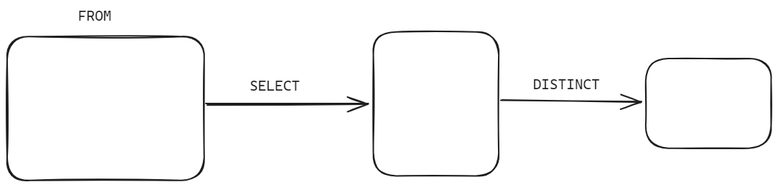
Before: img/01_sql.excalidraw.png, a diagram exported from Excalidraw (silvercodes/p31_db_sql). Source tidied: one line per element, renumbered; positions are measured from the earlier drawing's top-left corner, leaving out a move shared by most shapes.
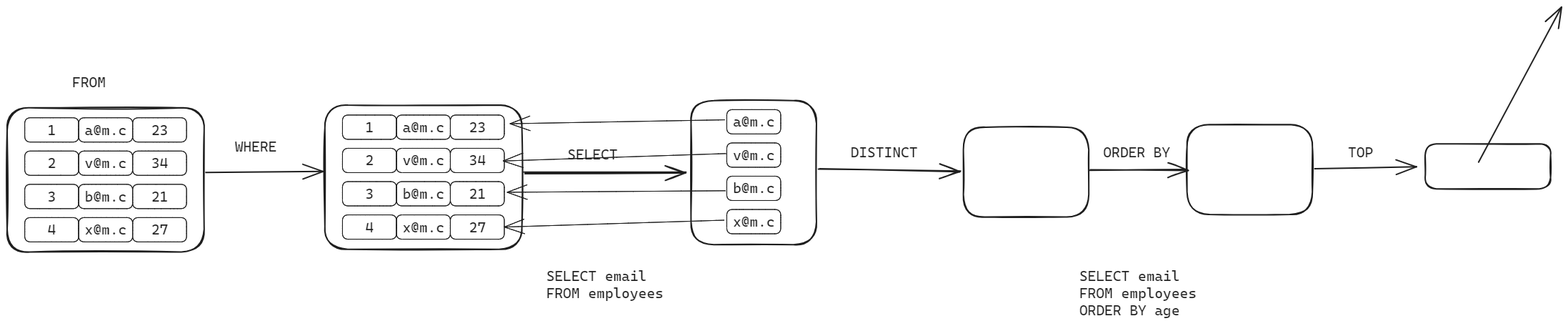
Above is the later version.

Change to the diagram source:
```diff
@@ -1,8 +1,80 @@
-{"id": 0, "type": "rectangle", "strokeColor": "#1e1e1e", "strokeWidth": 2, "roughness": 1, "round": true, "x": 0, "y": 41, "width": 276, "height": 202}
+{"id": 8, "type": "rectangle", "strokeColor": "#1e1e1e", "strokeWidth": 2, "roughness": 1, "round": true, "x": 0, "y": 41, "width": 276, "height": 202}
-{"id": 1, "type": "text", "text": "FROM", "strokeColor": "#1e1e1e", "strokeWidth": 2, "roughness": 1, "fontSize": 20, "fontFamily": 3, "x": 99, "y": 0, "width": 47, "height": 24}
+{"id": 1, "type": "text", "text": "FROM", "strokeColor": "#1e1e1e", "strokeWidth": 2, "roughness": 1, "fontSize": 20, "fontFamily": 3, "x": -354, "y": -3, "width": 47, "height": 24}
 {"id": 2, "type": "arrow", "strokeColor": "#1e1e1e", "strokeWidth": 2, "roughness": 1, "endArrowhead": "arrow", "round": true, "from": 0, "to": 3, "x": 279, "y": 136, "width": 226, "height": 0, "points": [[0, 0], [226, 0]]}
 {"id": 3, "type": "rectangle", "strokeColor": "#1e1e1e", "strokeWidth": 2, "roughness": 1, "round": true, "x": 513, "y": 35, "width": 176, "height": 202}
 {"id": 4, "type": "text", "text": "SELECT", "strokeColor": "#1e1e1e", "strokeWidth": 2, "roughness": 1, "fontSize": 20, "fontFamily": 3, "x": 339, "y": 98, "width": 70, "height": 24}
-{"id": 5, "type": "arrow", "strokeColor": "#1e1e1e", "strokeWidth": 2, "roughness": 1, "endArrowhead": "arrow", "round": true, "from": 3, "to": 6, "x": 692, "y": 130, "width": 196, "height": 4, "points": [[0, 0], [196, 4]]}
+{"id": 5, "type": "arrow", "strokeColor": "#1e1e1e", "strokeWidth": 2, "roughness": 1, "endArrowhead": "arrow", "round": true, "from": 3, "to": 9, "x": 692, "y": 130, "width": 197, "height": 5, "points": [[0, 0], [197, 5]]}
+{"id": 9, "type": "rectangle", "strokeColor": "#1e1e1e", "strokeWidth": 2, "roughness": 1, "round": true, "x": 894, "y": 72, "width": 176, "height": 126}
+{"id": 7, "type": "text", "text": "DISTINCT", "strokeColor": "#1e1e1e", "strokeWidth": 2, "roughness": 1, "fontSize": 20, "fontFamily": 3, "x": 736, "y": 96, "width": 94, "height": 24}
+{"id": 10, "type": "rectangle", "strokeColor": "#1e1e1e", "strokeWidth": 2, "roughness": 1, "round": true, "x": 1207, "y": 68, "width": 176, "height": 126}
+{"id": 11, "type": "arrow", "strokeColor": "#1e1e1e", "strokeWidth": 2, "roughness": 1, "endArrowhead": "arrow", "round": true, "from": 9, "to": 10, "x": 1070, "y": 132, "width": 137, "height": 1, "points": [[0, 0], [137, -1]]}
+{"id": 12, "type": "text", "text": "ORDER BY", "strokeColor": "#1e1e1e", "strokeWidth": 2, "roughness": 1, "fontSize": 20, "fontFamily": 3, "x": 1089, "y": 96, "width": 94, "height": 24}
+{"id": 13, "type": "rectangle", "strokeColor": "#1e1e1e", "strokeWidth": 1, "roughness": 0, "round": true, "x": 25, "y": 55, "width": 76, "height": 34}
+{"id": 14, "type": "text", "text": "1", "strokeColor": "#1e1e1e", "strokeWidth": 1, "roughness": 0, "fontSize": 20, "fontFamily": 3, "textAlign": "center", "verticalAlign": "middle", "inside": 13, "x": 57, "y": 60, "width": 12, "height": 24}
+{"id": 15, "type": "rectangle", "strokeColor": "#1e1e1e", "strokeWidth": 1, "roughness": 0, "round": true, "x": 100, "y": 55, "width": 76, "height": 34}
+{"id": 16, "type": "text", "text": "a@m.c", "strokeColor": "#1e1e1e", "strokeWidth": 1, "roughness": 0, "fontSize": 20, "fontFamily": 3, "textAlign": "center", "verticalAlign": "middle", "inside": 15, "x": 109, "y": 60, "width": 59, "height": 24}
+{"id": 17, "type": "rectangle", "strokeColor": "#1e1e1e", "strokeWidth": 1, "roughness": 0, "round": true, "x": 176, "y": 55, "width": 76, "height": 34}
+{"id": 18, "type": "text", "text": "23", "strokeColor": "#1e1e1e", "strokeWidth": 1, "roughness": 0, "fontSize": 20, "fontFamily": 3, "textAlign": "center", "verticalAlign": "middle", "inside": 17, "x": 202, "y": 60, "width": 23, "height": 24}
+{"id": 19, "type": "rectangle", "strokeColor": "#1e1e1e", "strokeWidth": 1, "roughness": 0, "round": true, "x": 25, "y": 102, "width": 76, "height": 34}
+{"id": 20, "type": "text", "text": "2", "strokeColor": "#1e1e1e", "strokeWidth": 1, "roughness": 0, "fontSize": 20, "fontFamily": 3, "textAlign": "center", "verticalAlign": "middle", "inside": 19, "x": 57, "y": 107, "width": 12, "height": 24}
+{"id": 21, "type": "rectangle", "strokeColor": "#1e1e1e", "strokeWidth": 1, "roughness": 0, "round": true, "x": 100, "y": 102, "width": 76, "height": 34}
+{"id": 22, "type": "text", "text": "v@m.c", "strokeColor": "#1e1e1e", "strokeWidth": 1, "roughness": 0, "fontSize": 20, "fontFamily": 3, "textAlign": "center", "verticalAlign": "middle", "inside": 21, "x": 109, "y": 107, "width": 59, "height": 24}
+{"id": 23, "type": "rectangle", "strokeColor": "#1e1e1e", "strokeWidth": 1, "roughness": 0, "round": true, "x": 176, "y": 102, "width": 76, "height": 34}
+{"id": 24, "type": "text", "text": "34", "strokeColor": "#1e1e1e", "strokeWidth": 1, "roughness": 0, "fontSize": 20, "fontFamily": 3, "textAlign": "center", "verticalAlign": "middle", "inside": 23, "x": 202, "y": 107, "width": 23, "height": 24}
+{"id": 25, "type": "rectangle", "strokeColor": "#1e1e1e", "strokeWidth": 1, "roughness": 0, "round": true, "x": 25, "y": 148, "width": 76, "height": 34}
+{"id": 26, "type": "text", "text": "3", "strokeColor": "#1e1e1e", "strokeWidth": 1, "roughness": 0, "fontSize": 20, "fontFamily": 3, "textAlign": "center", "verticalAlign": "middle", "inside": 25, "x": 57, "y": 153, "width": 12, "height": 24}
+{"id": 27, "type": "rectangle", "strokeColor": "#1e1e1e", "strokeWidth": 1, "roughness": 0, "round": true, "x": 100, "y": 148, "width": 76, "height": 34}
+{"id": 28, "type": "text", "text": "b@m.c", "strokeColor": "#1e1e1e", "strokeWidth": 1, "roughness": 0, "fontSize": 20, "fontFamily": 3, "textAlign": "center", "verticalAlign": "middle", "inside": 27, "x": 109, "y": 153, "width": 59, "height": 24}
+{"id": 29, "type": "rectangle", "strokeColor": "#1e1e1e", "strokeWidth": 1, "roughness": 0, "round": true, "x": 176, "y": 148, "width": 76, "height": 34}
+{"id": 30, "type": "text", "text": "21", "strokeColor": "#1e1e1e", "strokeWidth": 1, "roughness": 0, "fontSize": 20, "fontFamily": 3, "textAlign": "center", "verticalAlign": "middle", "inside": 29, "x": 202, "y": 153, "width": 23, "height": 24}
+{"id": 31, "type": "rectangle", "strokeColor": "#1e1e1e", "strokeWidth": 1, "roughness": 0, "round": true, "x": 25, "y": 195, "width": 76, "height": 34}
+{"id": 32, "type": "text", "text": "4", "strokeColor": "#1e1e1e", "strokeWidth": 1, "roughness": 0, "fontSize": 20, "fontFamily": 3, "textAlign": "center", "verticalAlign": "middle", "inside": 31, "x": 57, "y": 200, "width": 12, "height": 24}
+{"id": 33, "type": "rectangle", "strokeColor": "#1e1e1e", "strokeWidth": 1, "roughness": 0, "round": true, "x": 100, "y": 195, "width": 76, "height": 34}
+{"id": 34, "type": "text", "text": "x@m.c", "strokeColor": "#1e1e1e", "strokeWidth": 1, "roughness": 0, "fontSize": 20, "fontFamily": 3, "textAlign": "center", "verticalAlign": "middle", "inside": 33, "x": 109, "y": 200, "width": 59, "height": 24}
+{"id": 35, "type": "rectangle", "strokeColor": "#1e1e1e", "strokeWidth": 1, "roughness": 0, "round": true, "x": 176, "y": 195, "width": 76, "height": 34}
+{"id": 36, "type": "text", "text": "27", "strokeColor": "#1e1e1e", "strokeWidth": 1, "roughness": 0, "fontSize": 20, "fontFamily": 3, "textAlign": "center", "verticalAlign": "middle", "inside": 35, "x": 202, "y": 200, "width": 23, "height": 24}
+{"id": 37, "type": "rectangle", "strokeColor": "#1e1e1e", "strokeWidth": 1, "roughness": 0, "round": true, "x": 563, "y": 47, "width": 76, "height": 34}
+{"id": 38, "type": "text", "text": "a@m.c", "strokeColor": "#1e1e1e", "strokeWidth": 1, "roughness": 0, "fontSize": 20, "fontFamily": 3, "textAlign": "center", "verticalAlign": "middle", "inside": 37, "x": 571, "y": 52, "width": 59, "height": 24}
+{"id": 39, "type": "rectangle", "strokeColor": "#1e1e1e", "strokeWidth": 1, "roughness": 0, "round": true, "x": 563, "y": 94, "width": 76, "height": 34}
+{"id": 40, "type": "text", "text": "v@m.c", "strokeColor": "#1e1e1e", "strokeWidth": 1, "roughness": 0, "fontSize": 20, "fontFamily": 3, "textAlign": "center", "verticalAlign": "middle", "inside": 39, "x": 571, "y": 99, "width": 59, "height": 24}
+{"id": 41, "type": "rectangle", "strokeColor": "#1e1e1e", "strokeWidth": 1, "roughness": 0, "round": true, "x": 563, "y": 141, "width": 76, "height": 34}
+{"id": 42, "type": "text", "text": "b@m.c", "strokeColor": "#1e1e1e", "strokeWidth": 1, "roughness": 0, "fontSize": 20, "fontFamily": 3, "textAlign": "center", "verticalAlign": "middle", "inside": 41, "x": 571, "y": 146, "width": 59, "height": 24}
+{"id": 43, "type": "rectangle", "strokeColor": "#1e1e1e", "strokeWidth": 1, "roughness": 0, "round": true, "x": 563, "y": 187, "width": 76, "height": 34}
+{"id": 44, "type": "text", "text": "x@m.c", "strokeColor": "#1e1e1e", "strokeWidth": 1, "roughness": 0, "fontSize": 20, "fontFamily": 3, "textAlign": "center", "verticalAlign": "middle", "inside": 43, "x": 571, "y": 192, "width": 59, "height": 24}
+{"id": 45, "type": "text", "text": "SELECT email\nFROM employees", "strokeColor": "#1e1e1e", "strokeWidth": 1, "roughness": 0, "fontSize": 20, "fontFamily": 3, "x": 310, "y": 269, "width": 164, "height": 48}
+{"id": 46, "type": "text", "text": "SELECT email\nFROM employees\nORDER BY age", "strokeColor": "#1e1e1e", "strokeWidth": 1, "roughness": 0, "fontSize": 20, "fontFamily": 3, "x": 1056, "y": 269, "width": 164, "height": 72}
+{"id": 47, "type": "arrow", "strokeColor": "#1e1e1e", "strokeWidth": 1, "roughness": 0, "endArrowhead": "arrow", "round": true, "from": 37, "to": 17, "x": 560, "y": 62, "width": 301, "height": 5, "points": [[0, 0], [-301, 5]]}
+{"id": 48, "type": "arrow", "strokeColor": "#1e1e1e", "strokeWidth": 1, "roughness": 0, "endArrowhead": "arrow", "round": true, "from": 39, "x": 561, "y": 109, "width": 312, "height": 10, "points": [[0, 0], [-312, 10]]}
+{"id": 49, "type": "arrow", "strokeColor": "#1e1e1e", "strokeWidth": 1, "roughness": 0, "endArrowhead": "arrow", "round": true, "from": 41, "to": 29, "x": 561, "y": 161, "width": 306, "height": 2, "points": [[0, 0], [-306, 2]]}
+{"id": 50, "type": "arrow", "strokeColor": "#1e1e1e", "strokeWidth": 1, "roughness": 0, "endArrowhead": "arrow", "round": true, "from": 43, "x": 559, "y": 202, "width": 308, "height": 10, "points": [[0, 0], [-308, 10]]}
+{"id": 51, "type": "arrow", "strokeColor": "#1e1e1e", "strokeWidth": 2, "roughness": 0, "endArrowhead": "arrow", "round": true, "from": 10, "to": 6, "x": 1386, "y": 130, "width": 142, "height": 3, "points": [[0, 0], [142, -3]]}
+{"id": 52, "type": "text", "text": "TOP ", "strokeColor": "#1e1e1e", "strokeWidth": 2, "roughness": 0, "fontSize": 20, "fontFamily": 3, "x": 1432, "y": 96, "width": 47, "height": 24}
-{"id": 6, "type": "rectangle", "strokeColor": "#1e1e1e", "strokeWidth": 2, "roughness": 1, "round": true, "x": 894, "y": 72, "width": 176, "height": 126}
+{"id": 6, "type": "rectangle", "strokeColor": "#1e1e1e", "strokeWidth": 2, "roughness": 1, "round": true, "x": 1540, "y": 96, "width": 176, "height": 63}
-{"id": 7, "type": "text", "text": "DISTINCT", "strokeColor": "#1e1e1e", "strokeWidth": 2, "roughness": 1, "fontSize": 20, "fontFamily": 3, "x": 736, "y": 96, "width": 94, "height": 24}
+{"id": 53, "type": "arrow", "strokeColor": "#1e1e1e", "strokeWidth": 2, "roughness": 0, "endArrowhead": "arrow", "round": true, "x": 1615, "y": 121, "width": 116, "height": 217, "points": [[0, 0], [116, -217]]}
+{"id": 0, "type": "rectangle", "strokeColor": "#1e1e1e", "strokeWidth": 2, "roughness": 1, "round": true, "x": -445, "y": 45, "width": 276, "height": 202}
+{"id": 54, "type": "rectangle", "strokeColor": "#1e1e1e", "strokeWidth": 1, "roughness": 0, "round": true, "x": -420, "y": 59, "width": 76, "height": 34}
+{"id": 55, "type": "text", "text": "1", "strokeColor": "#1e1e1e", "strokeWidth": 1, "roughness": 0, "fontSize": 20, "fontFamily": 3, "textAlign": "center", "verticalAlign": "middle", "inside": 54, "x": -388, "y": 64, "width": 12, "height": 24}
+{"id": 56, "type": "rectangle", "strokeColor": "#1e1e1e", "strokeWidth": 1, "roughness": 0, "round": true, "x": -345, "y": 59, "width": 76, "height": 34}
+{"id": 57, "type": "text", "text": "a@m.c", "strokeColor": "#1e1e1e", "strokeWidth": 1, "roughness": 0, "fontSize": 20, "fontFamily": 3, "textAlign": "center", "verticalAlign": "middle", "inside": 56, "x": -336, "y": 64, "width": 59, "height": 24}
+{"id": 58, "type": "rectangle", "strokeColor": "#1e1e1e", "strokeWidth": 1, "roughness": 0, "round": true, "x": -269, "y": 59, "width": 76, "height": 34}
+{"id": 59, "type": "text", "text": "23", "strokeColor": "#1e1e1e", "strokeWidth": 1, "roughness": 0, "fontSize": 20, "fontFamily": 3, "textAlign": "center", "verticalAlign": "middle", "inside": 58, "x": -243, "y": 64, "width": 23, "height": 24}
+{"id": 60, "type": "rectangle", "strokeColor": "#1e1e1e", "strokeWidth": 1, "roughness": 0, "round": true, "x": -420, "y": 105, "width": 76, "height": 34}
+{"id": 61, "type": "text", "text": "2", "strokeColor": "#1e1e1e", "strokeWidth": 1, "roughness": 0, "fontSize": 20, "fontFamily": 3, "textAlign": "center", "verticalAlign": "middle", "inside": 60, "x": -388, "y": 110, "width": 12, "height": 24}
+{"id": 62, "type": "rectangle", "strokeColor": "#1e1e1e", "strokeWidth": 1, "roughness": 0, "round": true, "x": -345, "y": 105, "width": 76, "height": 34}
+{"id": 63, "type": "text", "text": "v@m.c", "strokeColor": "#1e1e1e", "strokeWidth": 1, "roughness": 0, "fontSize": 20, "fontFamily": 3, "textAlign": "center", "verticalAlign": "middle", "inside": 62, "x": -336, "y": 110, "width": 59, "height": 24}
+{"id": 64, "type": "rectangle", "strokeColor": "#1e1e1e", "strokeWidth": 1, "roughness": 0, "round": true, "x": -269, "y": 105, "width": 76, "height": 34}
+{"id": 65, "type": "text", "text": "34", "strokeColor": "#1e1e1e", "strokeWidth": 1, "roughness": 0, "fontSize": 20, "fontFamily": 3, "textAlign": "center", "verticalAlign": "middle", "inside": 64, "x": -243, "y": 110, "width": 23, "height": 24}
+{"id": 66, "type": "rectangle", "strokeColor": "#1e1e1e", "strokeWidth": 1, "roughness": 0, "round": true, "x": -420, "y": 152, "width": 76, "height": 34}
+{"id": 67, "type": "text", "text": "3", "strokeColor": "#1e1e1e", "strokeWidth": 1, "roughness": 0, "fontSize": 20, "fontFamily": 3, "textAlign": "center", "verticalAlign": "middle", "inside": 66, "x": -388, "y": 157, "width": 12, "height": 24}
+{"id": 68, "type": "rectangle", "strokeColor": "#1e1e1e", "strokeWidth": 1, "roughness": 0, "round": true, "x": -345, "y": 152, "width": 76, "height": 34}
+{"id": 69, "type": "text", "text": "b@m.c", "strokeColor": "#1e1e1e", "strokeWidth": 1, "roughness": 0, "fontSize": 20, "fontFamily": 3, "textAlign": "center", "verticalAlign": "middle", "inside": 68, "x": -336, "y": 157, "width": 59, "height": 24}
+{"id": 70, "type": "rectangle", "strokeColor": "#1e1e1e", "strokeWidth": 1, "roughness": 0, "round": true, "x": -269, "y": 152, "width": 76, "height": 34}
+{"id": 71, "type": "text", "text": "21", "strokeColor": "#1e1e1e", "strokeWidth": 1, "roughness": 0, "fontSize": 20, "fontFamily": 3, "textAlign": "center", "verticalAlign": "middle", "inside": 70, "x": -243, "y": 157, "width": 23, "height": 24}
+{"id": 72, "type": "rectangle", "strokeColor": "#1e1e1e", "strokeWidth": 1, "roughness": 0, "round": true, "x": -420, "y": 199, "width": 76, "height": 34}
+{"id": 73, "type": "text", "text": "4", "strokeColor": "#1e1e1e", "strokeWidth": 1, "roughness": 0, "fontSize": 20, "fontFamily": 3, "textAlign": "center", "verticalAlign": "middle", "inside": 72, "x": -388, "y": 204, "width": 12, "height": 24}
+{"id": 74, "type": "rectangle", "strokeColor": "#1e1e1e", "strokeWidth": 1, "roughness": 0, "round": true, "x": -345, "y": 199, "width": 76, "height": 34}
+{"id": 75, "type": "text", "text": "x@m.c", "strokeColor": "#1e1e1e", "strokeWidth": 1, "roughness": 0, "fontSize": 20, "fontFamily": 3, "textAlign": "center", "verticalAlign": "middle", "inside": 74, "x": -336, "y": 204, "width": 59, "height": 24}
+{"id": 76, "type": "rectangle", "strokeColor": "#1e1e1e", "strokeWidth": 1, "roughness": 0, "round": true, "x": -269, "y": 199, "width": 76, "height": 34}
+{"id": 77, "type": "text", "text": "27", "strokeColor": "#1e1e1e", "strokeWidth": 1, "roughness": 0, "fontSize": 20, "fontFamily": 3, "textAlign": "center", "verticalAlign": "middle", "inside": 76, "x": -243, "y": 204, "width": 23, "height": 24}
+{"id": 78, "type": "arrow", "strokeColor": "#1e1e1e", "strokeWidth": 2, "roughness": 0, "endArrowhead": "arrow", "round": true, "from": 0, "to": 8, "x": -167, "y": 135, "width": 164, "height": 1, "points": [[0, 0], [164, -1]]}
+{"id": 79, "type": "text", "text": "WHERE", "strokeColor": "#1e1e1e", "strokeWidth": 2, "roughness": 0, "fontSize": 20, "fontFamily": 3, "x": -126, "y": 87, "width": 59, "height": 24}
```
